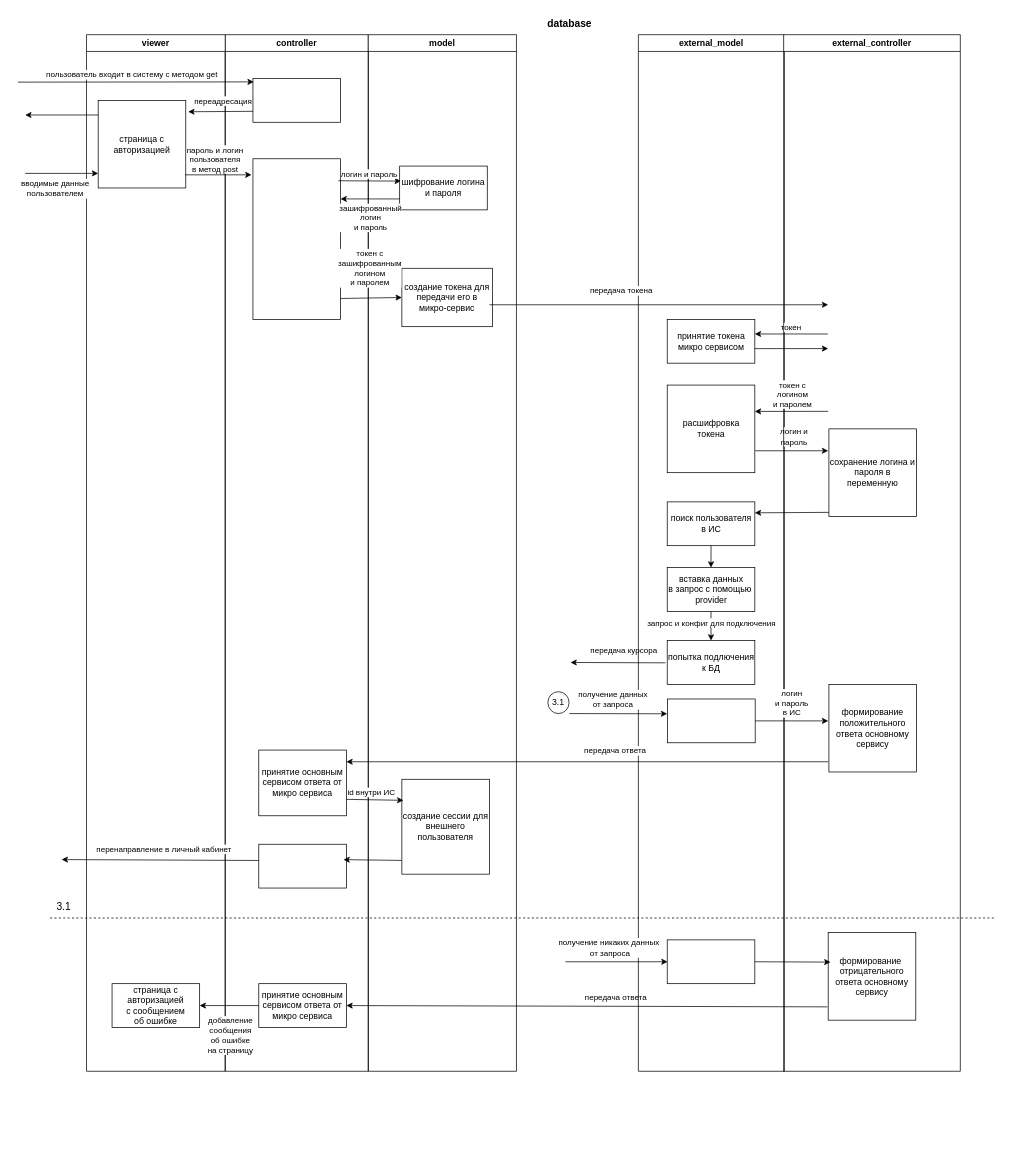
Earlier version of the draw.io diagram мьс/внеш_польз.drawio (Kirpichikk/final_project). Source tidied: cells renumbered, new cells numbered last; positions are measured from the earlier drawing's top-left corner, leaving out a move shared by most shapes. Both pictures are drawn from the tidied source at 73%, with x=0, y=0 at pixel (18, 12).
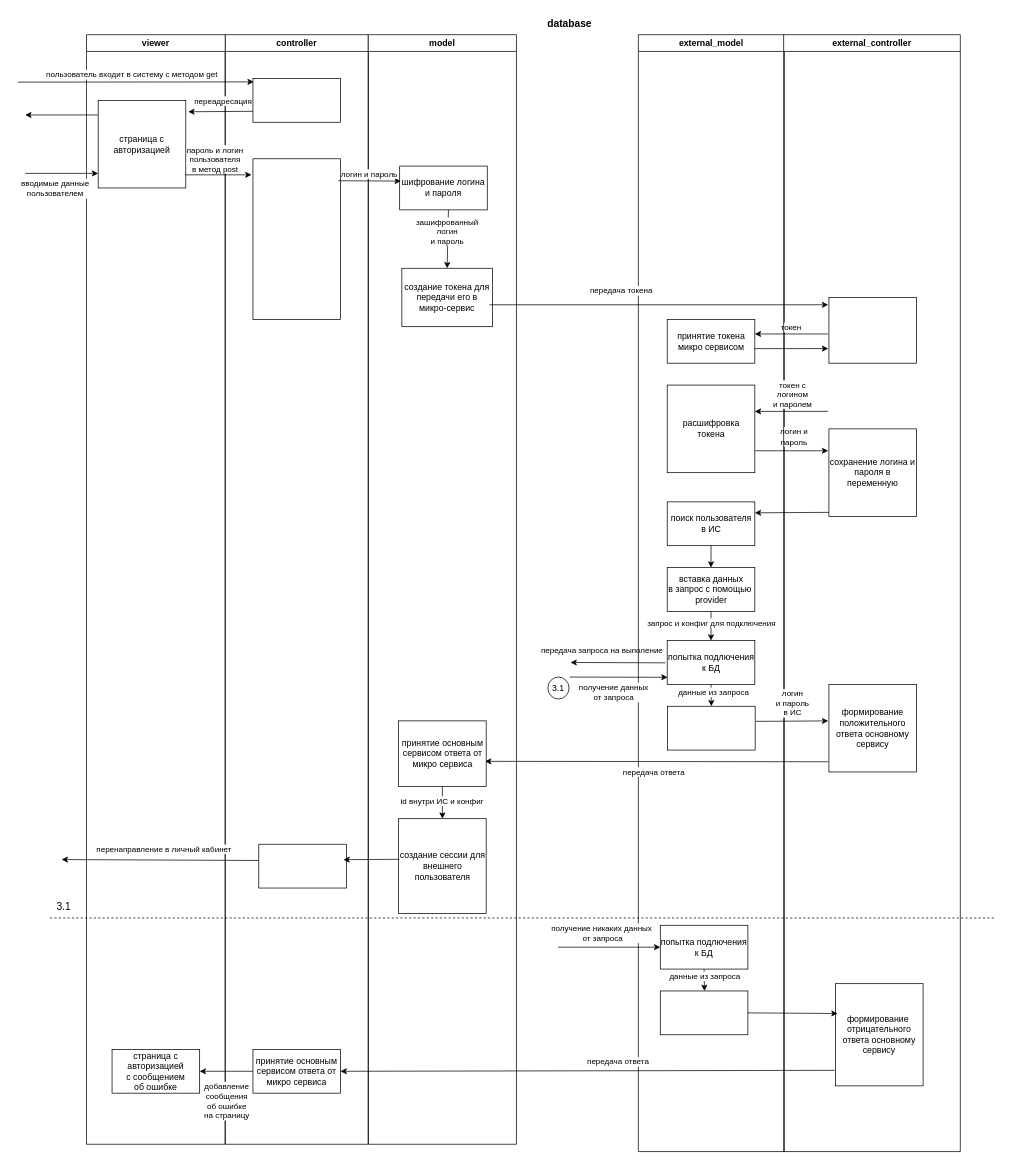
Above is the later version.

The change refers to these unchanged cells:
```xml
<mxCell id="16" style="rounded=0;whiteSpace=wrap;html=1;" parent="2" vertex="1">
  <mxGeometry x="46" y="1109" width="120" height="60" as="geometry" />
</mxCell>
<mxCell id="18" style="rounded=0;whiteSpace=wrap;html=1;" parent="2" vertex="1">
  <mxGeometry x="38" y="170" width="120" height="220" as="geometry" />
</mxCell>
<mxCell id="26" value="создание токена для передачи его в микро-сервис" style="rounded=0;whiteSpace=wrap;html=1;" parent="24" vertex="1">
  <mxGeometry x="46" y="320" width="124" height="80" as="geometry" />
</mxCell>
<mxCell id="27" value="шифрование логина и пароля" style="rounded=0;whiteSpace=wrap;html=1;" parent="24" vertex="1">
  <mxGeometry x="43" y="180" width="120" height="60" as="geometry" />
</mxCell>
<mxCell id="30" style="endArrow=classic;html=1;rounded=0;" parent="1" edge="1">
  <mxGeometry relative="1" as="geometry">
    <mxPoint x="887" y="890.5" as="sourcePoint" />
    <mxPoint x="757" y="890" as="targetPoint" />
  </mxGeometry>
</mxCell>
<mxCell id="43" value="попытка подлючения&lt;br&gt;к БД" style="rounded=0;whiteSpace=wrap;html=1;" parent="34" vertex="1">
  <mxGeometry x="39.5" y="830" width="120" height="60" as="geometry" />
</mxCell>
<mxCell id="55" value="формирование положительного ответа основному сервису" style="rounded=0;whiteSpace=wrap;html=1;" parent="51" vertex="1">
  <mxGeometry x="62" y="890" width="120" height="120" as="geometry" />
</mxCell>
```

The edit, as a diff of the source:
```diff
@@
     <mxCell id="2" value="controller" style="swimlane;whiteSpace=wrap;html=1;" parent="1" vertex="1">
-      <mxGeometry x="284" y="30" width="196" height="1420" as="geometry" />
+      <mxGeometry x="284" y="30" width="196" height="1520" as="geometry" />
     </mxCell>
     <mxCell id="3" value="viewer" style="swimlane;whiteSpace=wrap;html=1;" parent="2" vertex="1">
-      <mxGeometry x="-190" width="190" height="1420" as="geometry" />
+      <mxGeometry x="-190" width="190" height="1520" as="geometry" />
     </mxCell>
@@
     <mxCell id="10" value="страница с авторизацией&lt;br&gt;с сообщением&lt;br&gt;об ошибке" style="rounded=0;whiteSpace=wrap;html=1;" parent="3" vertex="1">
-      <mxGeometry x="35" y="1300" width="120" height="60" as="geometry" />
+      <mxGeometry x="35" y="1390" width="120" height="60" as="geometry" />
     </mxCell>
@@
-    <mxCell id="12" value="принятие основным сервисом ответа от микро сервиса" style="rounded=0;whiteSpace=wrap;html=1;" parent="2" vertex="1">
-      <mxGeometry x="46" y="980" width="120" height="90" as="geometry" />
-    </mxCell>
@@
-    <mxCell id="19" style="endArrow=classic;html=1;rounded=0;exitX=-0.009;exitY=0.848;exitDx=0;exitDy=0;exitPerimeter=0;" parent="2" edge="1" source="56">
-      <mxGeometry relative="1" as="geometry">
-        <mxPoint x="166" y="1330" as="targetPoint" />
-      </mxGeometry>
-    </mxCell>
-    <mxCell id="20" value="передача ответа" style="edgeLabel;html=1;align=center;verticalAlign=middle;" parent="19" vertex="1">
-      <mxGeometry x="-0.24" relative="1" as="geometry">
-        <mxPoint x="-40" y="-13" as="offset" />
-      </mxGeometry>
-    </mxCell>
     <mxCell id="21" value="принятие основным сервисом ответа от микро сервиса" style="rounded=0;whiteSpace=wrap;html=1;" parent="2" vertex="1">
-      <mxGeometry x="46" y="1300" width="120" height="60" as="geometry" />
+      <mxGeometry x="38" y="1390" width="120" height="60" as="geometry" />
     </mxCell>
@@
     <mxCell id="24" value="model" style="swimlane;whiteSpace=wrap;html=1;" parent="1" vertex="1">
-      <mxGeometry x="480" y="30" width="203" height="1420" as="geometry" />
+      <mxGeometry x="480" y="30" width="203" height="1520" as="geometry" />
     </mxCell>
     <mxCell id="25" value="создание сессии для внешнего пользователя" style="rounded=0;whiteSpace=wrap;html=1;" parent="24" vertex="1">
-      <mxGeometry x="46" y="1020" width="120" height="130" as="geometry" />
+      <mxGeometry x="41.5" y="1074" width="120" height="130" as="geometry" />
     </mxCell>
@@
+    <mxCell id="64" style="endArrow=classic;html=1;rounded=0;exitX=0.557;exitY=0.997;exitDx=0;exitDy=0;entryX=0.5;entryY=0;entryDx=0;entryDy=0;exitPerimeter=0;" parent="24" edge="1" source="27" target="26">
+      <mxGeometry relative="1" as="geometry" />
+    </mxCell>
+    <mxCell id="65" value="зашифрованный &lt;br&gt;логин&lt;br&gt;и пароль" style="edgeLabel;html=1;align=center;verticalAlign=middle;" parent="64" vertex="1">
+      <mxGeometry x="0.34" relative="1" as="geometry">
+        <mxPoint x="-1" y="-24" as="offset" />
+      </mxGeometry>
+    </mxCell>
@@
-    <mxCell id="31" value="передача курсора" style="edgeLabel;html=1;align=center;verticalAlign=middle;" parent="30" vertex="1">
+    <mxCell id="31" value="передача запроса на выполение" style="edgeLabel;html=1;align=center;verticalAlign=middle;" parent="30" vertex="1">
       <mxGeometry x="0.26" y="1" relative="1" as="geometry">
-        <mxPoint x="25" y="-18" as="offset" />
+        <mxPoint x="-5" y="-18" as="offset" />
       </mxGeometry>
     </mxCell>
     <mxCell id="32" value="3.1" style="ellipse;whiteSpace=wrap;html=1;" parent="1" vertex="1">
-      <mxGeometry x="726" y="930" width="29" height="30" as="geometry" />
+      <mxGeometry x="726" y="910" width="29" height="30" as="geometry" />
     </mxCell>
-    <mxCell id="33" style="endArrow=classic;html=1;rounded=0;exitX=-0.001;exitY=0.855;exitDx=0;exitDy=0;exitPerimeter=0;entryX=0.967;entryY=0.352;entryDx=0;entryDy=0;entryPerimeter=0;" parent="1" edge="1" source="25" target="16">
+    <mxCell id="33" style="endArrow=classic;html=1;rounded=0;exitX=0.009;exitY=0.428;exitDx=0;exitDy=0;exitPerimeter=0;entryX=0.967;entryY=0.352;entryDx=0;entryDy=0;entryPerimeter=0;" parent="1" edge="1" source="25" target="16">
       <mxGeometry relative="1" as="geometry" />
     </mxCell>
     <mxCell id="34" value="external_model" style="swimlane;whiteSpace=wrap;html=1;" parent="1" vertex="1">
-      <mxGeometry x="850" y="30" width="200" height="1420" as="geometry" />
+      <mxGeometry x="850" y="30" width="200" height="1530" as="geometry" />
     </mxCell>
@@
     <mxCell id="47" style="rounded=0;whiteSpace=wrap;html=1;" parent="34" vertex="1">
-      <mxGeometry x="40" y="910" width="120" height="60" as="geometry" />
+      <mxGeometry x="40" y="920" width="120" height="60" as="geometry" />
     </mxCell>
-    <mxCell id="48" style="endArrow=classic;html=1;rounded=0;entryX=1;entryY=0.578;entryDx=0;entryDy=0;entryPerimeter=0;exitX=1;exitY=0.578;exitDx=0;exitDy=0;exitPerimeter=0;" parent="34" edge="1">
-      <mxGeometry relative="1" as="geometry">
-        <mxPoint x="-94.5" y="930" as="sourcePoint" />
-        <mxPoint x="39.5" y="930.3" as="targetPoint" />
-      </mxGeometry>
-    </mxCell>
-    <mxCell id="49" value="получение данных&lt;br&gt;от запроса" style="edgeLabel;html=1;align=center;verticalAlign=middle;" parent="48" vertex="1">
-      <mxGeometry x="-0.4" y="-2" relative="1" as="geometry">
-        <mxPoint x="19" y="-22" as="offset" />
-      </mxGeometry>
-    </mxCell>
     <mxCell id="50" style="rounded=0;whiteSpace=wrap;html=1;" parent="34" vertex="1">
-      <mxGeometry x="39.5" y="1240" width="120" height="60" as="geometry" />
+      <mxGeometry x="30" y="1310" width="120" height="60" as="geometry" />
     </mxCell>
+    <mxCell id="78" style="endArrow=classic;html=1;rounded=0;exitX=0.5;exitY=1;exitDx=0;exitDy=0;entryX=0.5;entryY=0;entryDx=0;entryDy=0;" parent="34" edge="1" source="43" target="47">
+      <mxGeometry relative="1" as="geometry" />
+    </mxCell>
+    <mxCell id="79" value="данные из запроса" style="edgeLabel;html=1;align=center;verticalAlign=middle;" parent="78" vertex="1">
+      <mxGeometry x="-0.39" relative="1" as="geometry">
+        <mxPoint x="3" y="2" as="offset" />
+      </mxGeometry>
+    </mxCell>
+    <mxCell id="80" value="попытка подлючения&lt;br&gt;к БД" style="rounded=0;whiteSpace=wrap;html=1;" parent="34" vertex="1">
+      <mxGeometry x="30" y="1220" width="120" height="60" as="geometry" />
+    </mxCell>
+    <mxCell id="81" style="endArrow=classic;html=1;rounded=0;exitX=0.5;exitY=1;exitDx=0;exitDy=0;entryX=0.5;entryY=0;entryDx=0;entryDy=0;" parent="34" edge="1" source="80">
+      <mxGeometry relative="1" as="geometry">
+        <mxPoint x="90.5" y="1310" as="targetPoint" />
+      </mxGeometry>
+    </mxCell>
+    <mxCell id="82" value="данные из запроса" style="edgeLabel;html=1;align=center;verticalAlign=middle;" parent="81" vertex="1">
+      <mxGeometry x="-0.39" relative="1" as="geometry">
+        <mxPoint y="1" as="offset" />
+      </mxGeometry>
+    </mxCell>
     <mxCell id="51" value="external_controller" style="swimlane;whiteSpace=wrap;html=1;" parent="1" vertex="1">
-      <mxGeometry x="1049" y="30" width="242" height="1420" as="geometry" />
+      <mxGeometry x="1049" y="30" width="242" height="1530" as="geometry" />
     </mxCell>
@@
     <mxCell id="56" value="формирование&amp;nbsp; отрицательного ответа основному сервису" style="rounded=0;whiteSpace=wrap;html=1;" parent="51" vertex="1">
-      <mxGeometry x="61" y="1230" width="120" height="120" as="geometry" />
+      <mxGeometry x="71" y="1300" width="120" height="140" as="geometry" />
     </mxCell>
+    <mxCell id="83" style="rounded=0;whiteSpace=wrap;html=1;" parent="51" vertex="1">
+      <mxGeometry x="62" y="360" width="120" height="90" as="geometry" />
+    </mxCell>
@@
-    <mxCell id="62" style="endArrow=classic;html=1;rounded=0;exitX=1.003;exitY=0.87;exitDx=0;exitDy=0;exitPerimeter=0;entryX=0;entryY=0.5;entryDx=0;entryDy=0;" parent="1" edge="1" source="18" target="26">
-      <mxGeometry relative="1" as="geometry" />
-    </mxCell>
-    <mxCell id="63" value="токен с &lt;br&gt;зашифрованным &lt;br&gt;логином &lt;br&gt;и паролем" style="edgeLabel;html=1;align=center;verticalAlign=middle;" parent="62" vertex="1">
-      <mxGeometry x="0.21" y="-1" relative="1" as="geometry">
-        <mxPoint x="-12" y="-42" as="offset" />
-      </mxGeometry>
-    </mxCell>
-    <mxCell id="64" style="endArrow=classic;html=1;rounded=0;exitX=0;exitY=0.75;exitDx=0;exitDy=0;entryX=1;entryY=0.25;entryDx=0;entryDy=0;" parent="1" edge="1" source="27" target="18">
-      <mxGeometry relative="1" as="geometry" />
-    </mxCell>
-    <mxCell id="65" value="зашифрованный &lt;br&gt;логин&lt;br&gt;и пароль" style="edgeLabel;html=1;align=center;verticalAlign=middle;" parent="64" vertex="1">
-      <mxGeometry x="0.34" relative="1" as="geometry">
-        <mxPoint x="13" y="25" as="offset" />
-      </mxGeometry>
-    </mxCell>
@@
-    <mxCell id="70" style="endArrow=classic;html=1;rounded=0;" parent="1" edge="1">
-      <mxGeometry relative="1" as="geometry">
-        <mxPoint x="1110" y="1026" as="sourcePoint" />
-        <mxPoint x="450" y="1026" as="targetPoint" />
-      </mxGeometry>
-    </mxCell>
-    <mxCell id="71" value="передача ответа" style="edgeLabel;html=1;align=center;verticalAlign=middle;" parent="70" vertex="1">
-      <mxGeometry x="-0.15" y="-2" relative="1" as="geometry">
-        <mxPoint x="-12" y="-14" as="offset" />
-      </mxGeometry>
-    </mxCell>
-    <mxCell id="72" style="endArrow=classic;html=1;rounded=0;exitX=1;exitY=0.5;exitDx=0;exitDy=0;entryX=-0.008;entryY=0.417;entryDx=0;entryDy=0;entryPerimeter=0;" parent="1" edge="1" source="47" target="55">
+    <mxCell id="72" style="endArrow=classic;html=1;rounded=0;exitX=1.005;exitY=0.345;exitDx=0;exitDy=0;entryX=-0.008;entryY=0.417;entryDx=0;entryDy=0;entryPerimeter=0;exitPerimeter=0;" parent="1" edge="1" source="47" target="55">
       <mxGeometry relative="1" as="geometry" />
     </mxCell>
@@
-    <mxCell id="74" value="id внутри ИС" style="endArrow=classic;html=1;rounded=0;entryX=0.017;entryY=0.222;entryDx=0;entryDy=0;entryPerimeter=0;exitX=1;exitY=0.75;exitDx=0;exitDy=0;" parent="1" edge="1" source="12" target="25">
-      <mxGeometry x="-0.13" y="10" relative="1" as="geometry" />
-    </mxCell>
     <mxCell id="75" style="endArrow=classic;html=1;rounded=0;" parent="1" edge="1">
       <mxGeometry relative="1" as="geometry">
-        <mxPoint x="750" y="1300" as="sourcePoint" />
-        <mxPoint x="890" y="1300" as="targetPoint" />
+        <mxPoint x="740" y="1280" as="sourcePoint" />
+        <mxPoint x="880" y="1280" as="targetPoint" />
       </mxGeometry>
     </mxCell>
@@
-    <mxCell id="77" style="endArrow=classic;html=1;rounded=0;exitX=1;exitY=0.5;exitDx=0;exitDy=0;entryX=0.026;entryY=0.337;entryDx=0;entryDy=0;entryPerimeter=0;" parent="1" edge="1" source="50" target="56">
+    <mxCell id="77" style="endArrow=classic;html=1;rounded=0;exitX=1;exitY=0.5;exitDx=0;exitDy=0;entryX=0.024;entryY=0.292;entryDx=0;entryDy=0;entryPerimeter=0;" parent="1" edge="1" source="50" target="56">
       <mxGeometry relative="1" as="geometry" />
     </mxCell>
+    <mxCell id="48" style="endArrow=classic;html=1;rounded=0;entryX=1;entryY=0.578;entryDx=0;entryDy=0;entryPerimeter=0;exitX=1;exitY=0.578;exitDx=0;exitDy=0;exitPerimeter=0;" parent="1" edge="1">
+      <mxGeometry relative="1" as="geometry">
+        <mxPoint x="756" y="910" as="sourcePoint" />
+        <mxPoint x="890" y="910.3" as="targetPoint" />
+      </mxGeometry>
+    </mxCell>
+    <mxCell id="49" value="получение данных&lt;br&gt;от запроса" style="edgeLabel;html=1;align=center;verticalAlign=middle;" parent="48" vertex="1">
+      <mxGeometry x="-0.4" y="-2" relative="1" as="geometry">
+        <mxPoint x="20" y="18" as="offset" />
+      </mxGeometry>
+    </mxCell>
+    <mxCell id="84" style="endArrow=classic;html=1;rounded=0;entryX=0.987;entryY=0.616;entryDx=0;entryDy=0;entryPerimeter=0;" parent="1" edge="1" target="12">
+      <mxGeometry relative="1" as="geometry">
+        <mxPoint x="1110" y="1026" as="sourcePoint" />
+      </mxGeometry>
+    </mxCell>
+    <mxCell id="71" value="передача ответа" style="edgeLabel;html=1;align=center;verticalAlign=middle;" parent="84" vertex="1">
+      <mxGeometry x="-0.15" y="-2" relative="1" as="geometry">
+        <mxPoint x="-40" y="16" as="offset" />
+      </mxGeometry>
+    </mxCell>
+    <mxCell id="12" value="принятие основным сервисом ответа от микро сервиса" style="rounded=0;whiteSpace=wrap;html=1;" parent="1" vertex="1">
+      <mxGeometry x="521.5" y="970" width="120" height="90" as="geometry" />
+    </mxCell>
+    <mxCell id="74" value="id внутри ИС и конфиг" style="endArrow=classic;html=1;rounded=0;entryX=0.5;entryY=0;entryDx=0;entryDy=0;exitX=0.5;exitY=1;exitDx=0;exitDy=0;" parent="1" edge="1" source="12" target="25">
+      <mxGeometry x="-0.09" y="-1" relative="1" as="geometry" />
+    </mxCell>
+    <mxCell id="19" style="endArrow=classic;html=1;rounded=0;exitX=-0.009;exitY=0.848;exitDx=0;exitDy=0;exitPerimeter=0;entryX=1;entryY=0.5;entryDx=0;entryDy=0;" parent="1" edge="1" source="56" target="21">
+      <mxGeometry relative="1" as="geometry" />
+    </mxCell>
+    <mxCell id="20" value="передача ответа" style="edgeLabel;html=1;align=center;verticalAlign=middle;" parent="19" vertex="1">
+      <mxGeometry x="-0.24" relative="1" as="geometry">
+        <mxPoint x="-40" y="-13" as="offset" />
+      </mxGeometry>
+    </mxCell>
```
